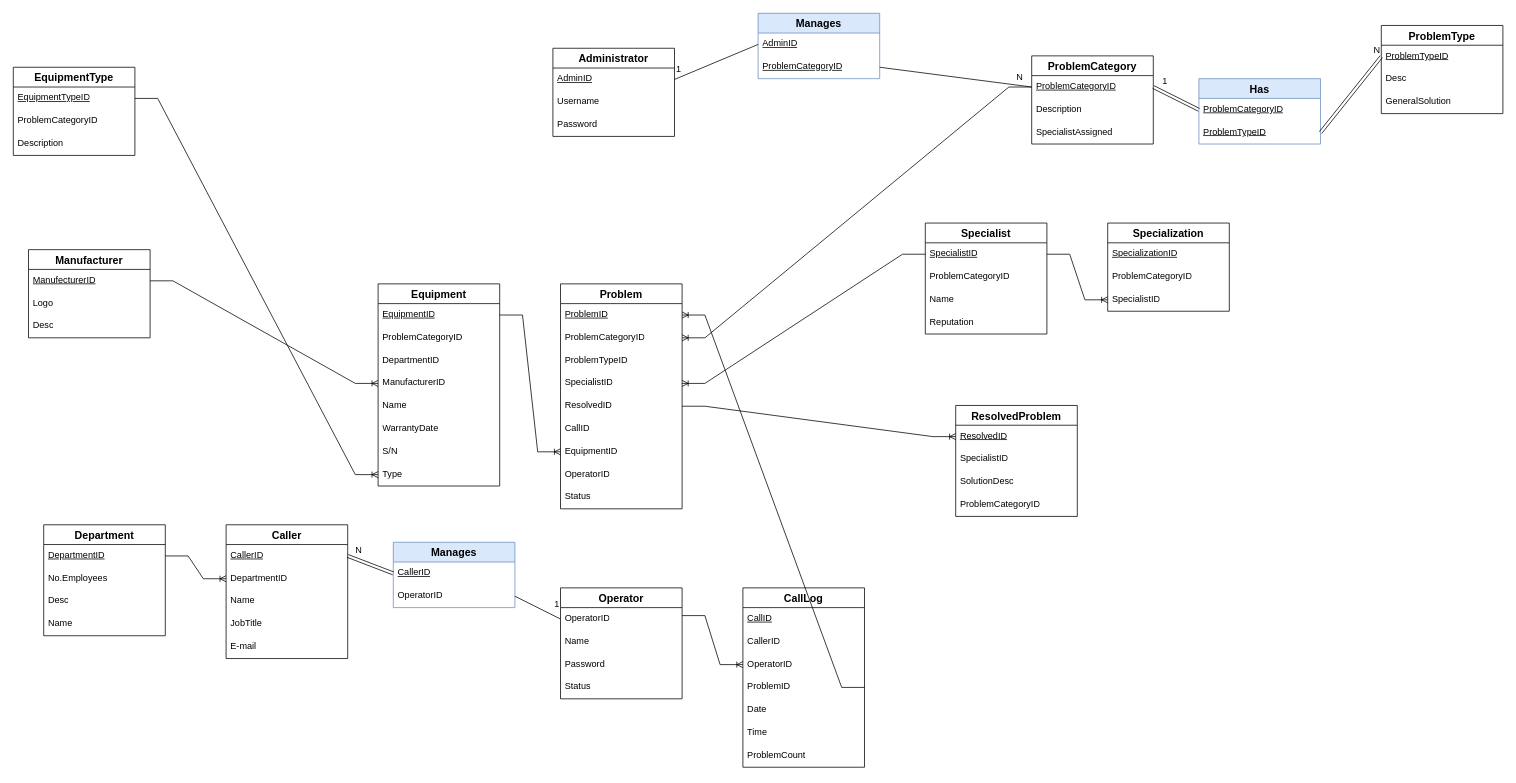
VascoMatos/diagramas keeps this draw.io diagram as DiagramaEquipamento.drawio. Above is the earlier version. Source tidied: cells renumbered, new cells numbered last; positions are measured from the earlier drawing's top-left corner, leaving out a move shared by most shapes. Both pictures are drawn from the tidied source at 76%, with x=0, y=0 at pixel (13, 13).
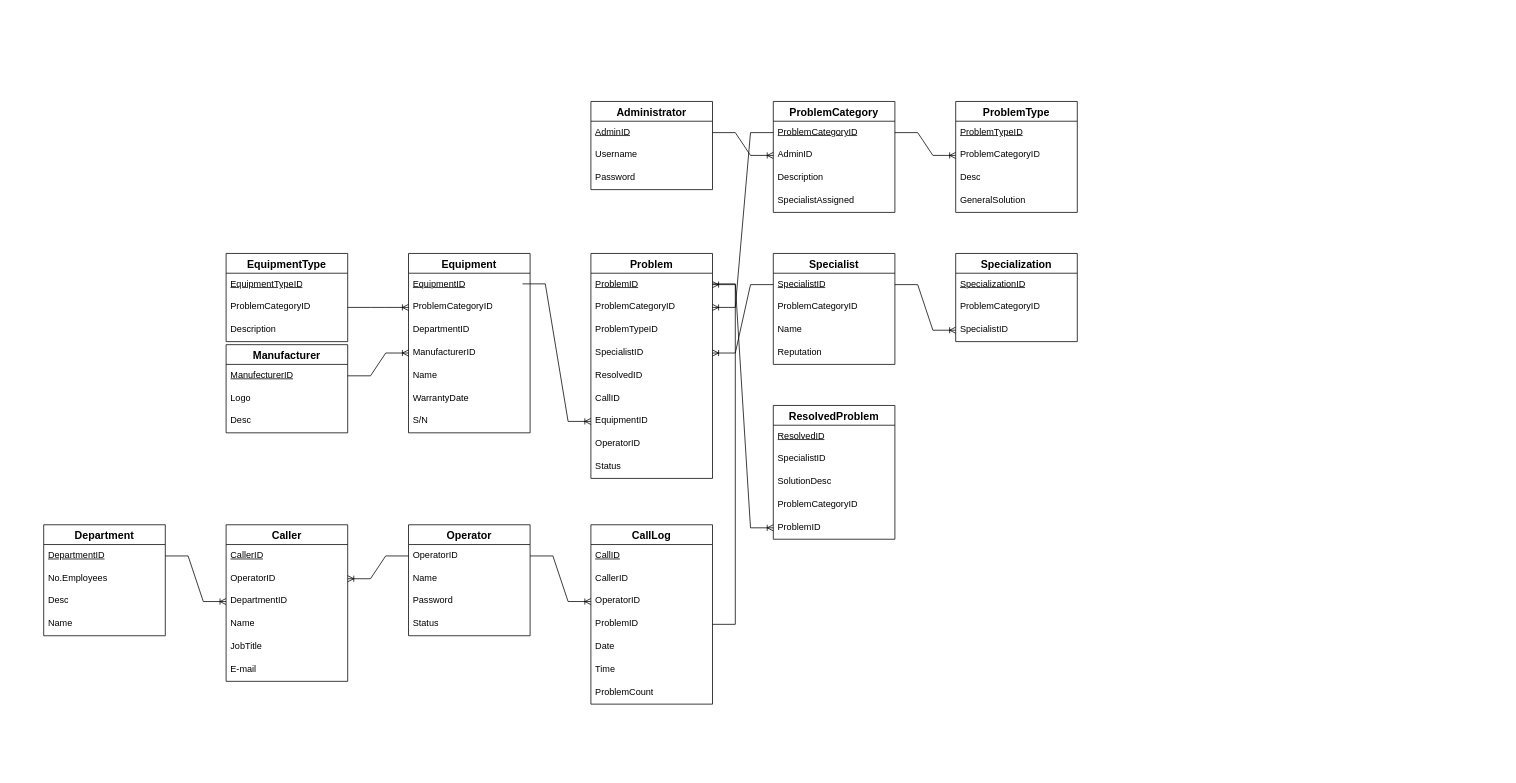
The same page after the edit.

The change refers to these unchanged cells:
```xml
<mxCell id="3" value="&lt;u&gt;EquipmentTypeID&lt;/u&gt;" style="text;strokeColor=none;fillColor=none;spacingLeft=4;spacingRight=4;overflow=hidden;points=[[0,0.5],[1,0.5]];portConstraint=eastwest;fontSize=12;whiteSpace=wrap;html=1;" parent="2" vertex="1">
  <mxGeometry y="26" width="160" height="30" as="geometry" />
</mxCell>
<mxCell id="4" value="ProblemCategoryID" style="text;strokeColor=none;fillColor=none;spacingLeft=4;spacingRight=4;overflow=hidden;points=[[0,0.5],[1,0.5]];portConstraint=eastwest;fontSize=12;whiteSpace=wrap;html=1;" parent="2" vertex="1">
  <mxGeometry y="56" width="160" height="30" as="geometry" />
</mxCell>
<mxCell id="7" value="&lt;u&gt;ManufecturerID&lt;/u&gt;" style="text;strokeColor=none;fillColor=none;spacingLeft=4;spacingRight=4;overflow=hidden;points=[[0,0.5],[1,0.5]];portConstraint=eastwest;fontSize=12;whiteSpace=wrap;html=1;" parent="6" vertex="1">
  <mxGeometry y="26" width="160" height="30" as="geometry" />
</mxCell>
<mxCell id="11" value="&lt;u&gt;AdminID&lt;/u&gt;" style="text;strokeColor=none;fillColor=none;spacingLeft=4;spacingRight=4;overflow=hidden;points=[[0,0.5],[1,0.5]];portConstraint=eastwest;fontSize=12;whiteSpace=wrap;html=1;" parent="10" vertex="1">
  <mxGeometry y="26" width="160" height="30" as="geometry" />
</mxCell>
<mxCell id="15" value="&lt;u&gt;DepartmentID&lt;/u&gt;" style="text;strokeColor=none;fillColor=none;spacingLeft=4;spacingRight=4;overflow=hidden;points=[[0,0.5],[1,0.5]];portConstraint=eastwest;fontSize=12;whiteSpace=wrap;html=1;" parent="14" vertex="1">
  <mxGeometry y="26" width="160" height="30" as="geometry" />
</mxCell>
<mxCell id="20" value="&lt;u&gt;CallerID&lt;/u&gt;" style="text;strokeColor=none;fillColor=none;spacingLeft=4;spacingRight=4;overflow=hidden;points=[[0,0.5],[1,0.5]];portConstraint=eastwest;fontSize=12;whiteSpace=wrap;html=1;" parent="19" vertex="1">
  <mxGeometry y="26" width="160" height="30" as="geometry" />
</mxCell>
<mxCell id="26" value="OperatorID" style="text;strokeColor=none;fillColor=none;spacingLeft=4;spacingRight=4;overflow=hidden;points=[[0,0.5],[1,0.5]];portConstraint=eastwest;fontSize=12;whiteSpace=wrap;html=1;" parent="25" vertex="1">
  <mxGeometry y="26" width="160" height="30" as="geometry" />
</mxCell>
<mxCell id="33" value="OperatorID" style="text;strokeColor=none;fillColor=none;spacingLeft=4;spacingRight=4;overflow=hidden;points=[[0,0.5],[1,0.5]];portConstraint=eastwest;fontSize=12;whiteSpace=wrap;html=1;" parent="30" vertex="1">
  <mxGeometry y="86" width="160" height="30" as="geometry" />
</mxCell>
<mxCell id="39" value="&lt;u&gt;EquipmentID&lt;/u&gt;" style="text;strokeColor=none;fillColor=none;spacingLeft=4;spacingRight=4;overflow=hidden;points=[[0,0.5],[1,0.5]];portConstraint=eastwest;fontSize=12;whiteSpace=wrap;html=1;" parent="38" vertex="1">
  <mxGeometry y="26" width="160" height="30" as="geometry" />
</mxCell>
<mxCell id="40" value="ProblemCategoryID" style="text;strokeColor=none;fillColor=none;spacingLeft=4;spacingRight=4;overflow=hidden;points=[[0,0.5],[1,0.5]];portConstraint=eastwest;fontSize=12;whiteSpace=wrap;html=1;" parent="38" vertex="1">
  <mxGeometry y="56" width="160" height="30" as="geometry" />
</mxCell>
<mxCell id="42" value="ManufacturerID" style="text;strokeColor=none;fillColor=none;spacingLeft=4;spacingRight=4;overflow=hidden;points=[[0,0.5],[1,0.5]];portConstraint=eastwest;fontSize=12;whiteSpace=wrap;html=1;" parent="38" vertex="1">
  <mxGeometry y="116" width="160" height="30" as="geometry" />
</mxCell>
<mxCell id="52" value="&lt;u&gt;ProblemCategoryID&lt;/u&gt;" style="text;strokeColor=none;fillColor=none;spacingLeft=4;spacingRight=4;overflow=hidden;points=[[0,0.5],[1,0.5]];portConstraint=eastwest;fontSize=12;whiteSpace=wrap;html=1;" parent="51" vertex="1">
  <mxGeometry y="26" width="160" height="30" as="geometry" />
</mxCell>
<mxCell id="56" value="&lt;u&gt;ProblemTypeID&lt;/u&gt;" style="text;strokeColor=none;fillColor=none;spacingLeft=4;spacingRight=4;overflow=hidden;points=[[0,0.5],[1,0.5]];portConstraint=eastwest;fontSize=12;whiteSpace=wrap;html=1;" parent="55" vertex="1">
  <mxGeometry y="26" width="160" height="30" as="geometry" />
</mxCell>
<mxCell id="60" value="&lt;u&gt;ResolvedID&lt;/u&gt;" style="text;strokeColor=none;fillColor=none;spacingLeft=4;spacingRight=4;overflow=hidden;points=[[0,0.5],[1,0.5]];portConstraint=eastwest;fontSize=12;whiteSpace=wrap;html=1;" parent="59" vertex="1">
  <mxGeometry y="26" width="160" height="30" as="geometry" />
</mxCell>
<mxCell id="74" value="ResolvedID" style="text;strokeColor=none;fillColor=none;spacingLeft=4;spacingRight=4;overflow=hidden;points=[[0,0.5],[1,0.5]];portConstraint=eastwest;fontSize=12;whiteSpace=wrap;html=1;" parent="69" vertex="1">
  <mxGeometry y="146" width="160" height="30" as="geometry" />
</mxCell>
<mxCell id="76" value="EquipmentID" style="text;strokeColor=none;fillColor=none;spacingLeft=4;spacingRight=4;overflow=hidden;points=[[0,0.5],[1,0.5]];portConstraint=eastwest;fontSize=12;whiteSpace=wrap;html=1;" parent="69" vertex="1">
  <mxGeometry y="206" width="160" height="30" as="geometry" />
</mxCell>
```

What changed in the source:
```diff
@@
     <mxCell id="2" value="EquipmentType" style="swimlane;fontStyle=1;horizontal=1;startSize=26;align=center;fontSize=14;" parent="1" vertex="1">
-      <mxGeometry y="71" width="160" height="116" as="geometry" />
+      <mxGeometry x="280" y="316" width="160" height="116" as="geometry" />
     </mxCell>
@@
     <mxCell id="6" value="Manufacturer" style="swimlane;fontStyle=1;horizontal=1;startSize=26;align=center;fontSize=14;" parent="1" vertex="1">
-      <mxGeometry x="20" y="311" width="160" height="116" as="geometry" />
+      <mxGeometry x="280" y="436" width="160" height="116" as="geometry" />
     </mxCell>
@@
     <mxCell id="10" value="Administrator" style="swimlane;fontStyle=1;horizontal=1;startSize=26;align=center;fontSize=14;" parent="1" vertex="1">
-      <mxGeometry x="710" y="46" width="160" height="116" as="geometry" />
+      <mxGeometry x="760" y="116" width="160" height="116" as="geometry" />
     </mxCell>
@@
     <mxCell id="19" value="Caller" style="swimlane;fontStyle=1;horizontal=1;startSize=26;align=center;fontSize=14;" parent="1" vertex="1">
-      <mxGeometry x="280" y="673" width="160" height="176" as="geometry" />
+      <mxGeometry x="280" y="673" width="160" height="206" as="geometry" />
     </mxCell>
@@
+    <mxCell id="81" value="OperatorID" style="text;strokeColor=none;fillColor=none;spacingLeft=4;spacingRight=4;overflow=hidden;points=[[0,0.5],[1,0.5]];portConstraint=eastwest;fontSize=12;whiteSpace=wrap;html=1;" parent="19" vertex="1">
+      <mxGeometry y="56" width="160" height="30" as="geometry" />
+    </mxCell>
     <mxCell id="21" value="DepartmentID" style="text;strokeColor=none;fillColor=none;spacingLeft=4;spacingRight=4;overflow=hidden;points=[[0,0.5],[1,0.5]];portConstraint=eastwest;fontSize=12;whiteSpace=wrap;html=1;" parent="19" vertex="1">
-      <mxGeometry y="56" width="160" height="30" as="geometry" />
+      <mxGeometry y="86" width="160" height="30" as="geometry" />
     </mxCell>
     <mxCell id="22" value="Name" style="text;strokeColor=none;fillColor=none;spacingLeft=4;spacingRight=4;overflow=hidden;fontSize=12;whiteSpace=wrap;html=1;" parent="19" vertex="1">
-      <mxGeometry y="86" width="160" height="30" as="geometry" />
+      <mxGeometry y="116" width="160" height="30" as="geometry" />
     </mxCell>
     <mxCell id="23" value="JobTitle" style="text;strokeColor=none;fillColor=none;spacingLeft=4;spacingRight=4;overflow=hidden;fontSize=12;whiteSpace=wrap;html=1;" parent="19" vertex="1">
-      <mxGeometry y="116" width="160" height="30" as="geometry" />
+      <mxGeometry y="146" width="160" height="30" as="geometry" />
     </mxCell>
     <mxCell id="24" value="E-mail" style="text;strokeColor=none;fillColor=none;spacingLeft=4;spacingRight=4;overflow=hidden;fontSize=12;whiteSpace=wrap;html=1;" parent="19" vertex="1">
-      <mxGeometry y="146" width="160" height="30" as="geometry" />
+      <mxGeometry y="176" width="160" height="30" as="geometry" />
     </mxCell>
     <mxCell id="25" value="Operator" style="swimlane;fontStyle=1;horizontal=1;startSize=26;align=center;fontSize=14;" parent="1" vertex="1">
-      <mxGeometry x="720" y="756" width="160" height="146" as="geometry" />
+      <mxGeometry x="520" y="673" width="160" height="146" as="geometry" />
     </mxCell>
@@
     <mxCell id="30" value="CallLog" style="swimlane;fontStyle=1;horizontal=1;startSize=26;align=center;fontSize=14;" parent="1" vertex="1">
-      <mxGeometry x="960" y="756" width="160" height="236" as="geometry" />
+      <mxGeometry x="760" y="673" width="160" height="236" as="geometry" />
     </mxCell>
@@
     <mxCell id="38" value="Equipment" style="swimlane;fontStyle=1;horizontal=1;startSize=26;align=center;fontSize=14;" parent="1" vertex="1">
-      <mxGeometry x="480" y="356" width="160" height="266" as="geometry" />
+      <mxGeometry x="520" y="316" width="160" height="236" as="geometry" />
     </mxCell>
@@
-    <mxCell id="46" value="Type" style="text;strokeColor=none;fillColor=none;spacingLeft=4;spacingRight=4;overflow=hidden;points=[[0,0.5],[1,0.5]];portConstraint=eastwest;fontSize=12;whiteSpace=wrap;html=1;" parent="38" vertex="1">
-      <mxGeometry y="236" width="160" height="30" as="geometry" />
-    </mxCell>
     <mxCell id="47" value="Specialization" style="swimlane;fontStyle=1;horizontal=1;startSize=26;align=center;fontSize=14;" parent="1" vertex="1">
-      <mxGeometry x="1440" y="276" width="160" height="116" as="geometry" />
+      <mxGeometry x="1240" y="316" width="160" height="116" as="geometry" />
     </mxCell>
@@
     <mxCell id="51" value="ProblemCategory" style="swimlane;fontStyle=1;horizontal=1;startSize=26;align=center;fontSize=14;" parent="1" vertex="1">
-      <mxGeometry x="1340" y="56" width="160" height="116" as="geometry" />
+      <mxGeometry x="1000" y="116" width="160" height="146" as="geometry" />
     </mxCell>
@@
+    <mxCell id="87" value="AdminID" style="text;strokeColor=none;fillColor=none;spacingLeft=4;spacingRight=4;overflow=hidden;points=[[0,0.5],[1,0.5]];portConstraint=eastwest;fontSize=12;whiteSpace=wrap;html=1;" parent="51" vertex="1">
+      <mxGeometry y="56" width="160" height="30" as="geometry" />
+    </mxCell>
     <mxCell id="53" value="Description" style="text;strokeColor=none;fillColor=none;spacingLeft=4;spacingRight=4;overflow=hidden;fontSize=12;whiteSpace=wrap;html=1;" parent="51" vertex="1">
-      <mxGeometry y="56" width="160" height="30" as="geometry" />
+      <mxGeometry y="86" width="160" height="30" as="geometry" />
     </mxCell>
     <mxCell id="54" value="SpecialistAssigned" style="text;strokeColor=none;fillColor=none;spacingLeft=4;spacingRight=4;overflow=hidden;fontSize=12;whiteSpace=wrap;html=1;" parent="51" vertex="1">
-      <mxGeometry y="86" width="160" height="30" as="geometry" />
+      <mxGeometry y="116" width="160" height="30" as="geometry" />
     </mxCell>
     <mxCell id="55" value="ProblemType" style="swimlane;fontStyle=1;horizontal=1;startSize=26;align=center;fontSize=14;" parent="1" vertex="1">
-      <mxGeometry x="1800" y="16" width="160" height="116" as="geometry" />
+      <mxGeometry x="1240" y="116" width="160" height="146" as="geometry" />
     </mxCell>
@@
+    <mxCell id="110" value="ProblemCategoryID" style="text;strokeColor=none;fillColor=none;spacingLeft=4;spacingRight=4;overflow=hidden;points=[[0,0.5],[1,0.5]];portConstraint=eastwest;fontSize=12;whiteSpace=wrap;html=1;" parent="55" vertex="1">
+      <mxGeometry y="56" width="160" height="30" as="geometry" />
+    </mxCell>
     <mxCell id="57" value="Desc" style="text;strokeColor=none;fillColor=none;spacingLeft=4;spacingRight=4;overflow=hidden;fontSize=12;whiteSpace=wrap;html=1;" parent="55" vertex="1">
-      <mxGeometry y="56" width="160" height="30" as="geometry" />
+      <mxGeometry y="86" width="160" height="30" as="geometry" />
     </mxCell>
     <mxCell id="58" value="GeneralSolution" style="text;strokeColor=none;fillColor=none;spacingLeft=4;spacingRight=4;overflow=hidden;fontSize=12;whiteSpace=wrap;html=1;" parent="55" vertex="1">
-      <mxGeometry y="86" width="160" height="30" as="geometry" />
+      <mxGeometry y="116" width="160" height="30" as="geometry" />
     </mxCell>
     <mxCell id="59" value="ResolvedProblem" style="swimlane;fontStyle=1;horizontal=1;startSize=26;align=center;fontSize=14;" parent="1" vertex="1">
-      <mxGeometry x="1240" y="516" width="160" height="146" as="geometry" />
+      <mxGeometry x="1000" y="516" width="160" height="176" as="geometry" />
     </mxCell>
@@
+    <mxCell id="111" value="ProblemID" style="text;strokeColor=none;fillColor=none;spacingLeft=4;spacingRight=4;overflow=hidden;points=[[0,0.5],[1,0.5]];portConstraint=eastwest;fontSize=12;whiteSpace=wrap;html=1;" parent="59" vertex="1">
+      <mxGeometry y="146" width="160" height="30" as="geometry" />
+    </mxCell>
     <mxCell id="64" value="Specialist" style="swimlane;fontStyle=1;horizontal=1;startSize=26;align=center;fontSize=14;" parent="1" vertex="1">
-      <mxGeometry x="1200" y="276" width="160" height="146" as="geometry" />
+      <mxGeometry x="1000" y="316" width="160" height="146" as="geometry" />
     </mxCell>
@@
     <mxCell id="69" value="Problem" style="swimlane;fontStyle=1;horizontal=1;startSize=26;align=center;fontSize=14;" parent="1" vertex="1">
-      <mxGeometry x="720" y="356" width="160" height="296" as="geometry" />
+      <mxGeometry x="760" y="316" width="160" height="296" as="geometry" />
     </mxCell>
@@
-    <mxCell id="79" value="Manages" style="swimlane;fontStyle=1;horizontal=1;startSize=26;align=center;fontSize=14;fillColor=#dae8fc;strokeColor=#6c8ebf;" parent="1" vertex="1">
-      <mxGeometry x="500" y="696" width="160" height="86" as="geometry" />
-    </mxCell>
-    <mxCell id="80" value="&lt;u&gt;CallerID&lt;/u&gt;" style="text;strokeColor=none;fillColor=none;spacingLeft=4;spacingRight=4;overflow=hidden;points=[[0,0.5],[1,0.5]];portConstraint=eastwest;fontSize=12;whiteSpace=wrap;html=1;" parent="79" vertex="1">
-      <mxGeometry y="26" width="160" height="30" as="geometry" />
-    </mxCell>
-    <mxCell id="81" value="OperatorID" style="text;strokeColor=none;fillColor=none;spacingLeft=4;spacingRight=4;overflow=hidden;points=[[0,0.5],[1,0.5]];portConstraint=eastwest;fontSize=12;whiteSpace=wrap;html=1;" parent="79" vertex="1">
-      <mxGeometry y="56" width="160" height="30" as="geometry" />
-    </mxCell>
-    <mxCell id="82" style="shape=link;html=1;rounded=0;entryX=1;entryY=0.5;entryDx=0;entryDy=0;exitX=0;exitY=0.5;exitDx=0;exitDy=0;" parent="1" edge="1" source="80" target="20">
-      <mxGeometry relative="1" as="geometry" />
-    </mxCell>
-    <mxCell id="83" value="N" style="html=1;whiteSpace=wrap;align=right;verticalAlign=bottom;" parent="82" vertex="1">
-      <mxGeometry x="1" relative="1" as="geometry">
-        <mxPoint x="20" as="offset" />
-      </mxGeometry>
-    </mxCell>
-    <mxCell id="84" style="endArrow=none;html=1;rounded=0;exitX=1;exitY=0.5;exitDx=0;exitDy=0;entryX=0;entryY=0.5;entryDx=0;entryDy=0;" parent="1" edge="1" source="81" target="26">
-      <mxGeometry relative="1" as="geometry" />
-    </mxCell>
-    <mxCell id="85" value="1" style="html=1;whiteSpace=wrap;align=right;verticalAlign=bottom;" parent="84" vertex="1">
-      <mxGeometry x="1" relative="1" as="geometry">
-        <mxPoint y="-11" as="offset" />
-      </mxGeometry>
-    </mxCell>
-    <mxCell id="86" value="Manages" style="swimlane;fontStyle=1;horizontal=1;startSize=26;align=center;fontSize=14;fillColor=#dae8fc;strokeColor=#6c8ebf;" parent="1" vertex="1">
-      <mxGeometry x="980" width="160" height="86" as="geometry" />
-    </mxCell>
-    <mxCell id="87" value="&lt;u&gt;AdminID&lt;/u&gt;" style="text;strokeColor=none;fillColor=none;spacingLeft=4;spacingRight=4;overflow=hidden;points=[[0,0.5],[1,0.5]];portConstraint=eastwest;fontSize=12;whiteSpace=wrap;html=1;" parent="86" vertex="1">
-      <mxGeometry y="26" width="160" height="30" as="geometry" />
-    </mxCell>
-    <mxCell id="88" value="&lt;u&gt;ProblemCategoryID&lt;/u&gt;" style="text;strokeColor=none;fillColor=none;spacingLeft=4;spacingRight=4;overflow=hidden;points=[[0,0.5],[1,0.5]];portConstraint=eastwest;fontSize=12;whiteSpace=wrap;html=1;" parent="86" vertex="1">
-      <mxGeometry y="56" width="160" height="30" as="geometry" />
-    </mxCell>
-    <mxCell id="89" style="endArrow=none;html=1;rounded=0;entryX=1;entryY=0.5;entryDx=0;entryDy=0;exitX=0;exitY=0.5;exitDx=0;exitDy=0;" parent="1" edge="1" source="87" target="11">
-      <mxGeometry relative="1" as="geometry" />
-    </mxCell>
-    <mxCell id="90" value="1" style="html=1;whiteSpace=wrap;align=right;verticalAlign=bottom;" parent="89" vertex="1">
-      <mxGeometry x="1" relative="1" as="geometry">
-        <mxPoint x="10" y="-5" as="offset" />
-      </mxGeometry>
-    </mxCell>
-    <mxCell id="91" style="endArrow=none;html=1;rounded=0;entryX=0;entryY=0.5;entryDx=0;entryDy=0;exitX=1;exitY=0.5;exitDx=0;exitDy=0;" parent="1" edge="1" source="88" target="52">
-      <mxGeometry relative="1" as="geometry" />
-    </mxCell>
-    <mxCell id="92" value="N" style="html=1;whiteSpace=wrap;align=right;verticalAlign=bottom;" parent="91" vertex="1">
-      <mxGeometry x="1" relative="1" as="geometry">
-        <mxPoint x="-10" y="-5" as="offset" />
-      </mxGeometry>
-    </mxCell>
-    <mxCell id="93" value="Has" style="swimlane;fontStyle=1;horizontal=1;startSize=26;align=center;fontSize=14;fillColor=#dae8fc;strokeColor=#6c8ebf;" parent="1" vertex="1">
-      <mxGeometry x="1560" y="86" width="160" height="86" as="geometry" />
-    </mxCell>
-    <mxCell id="94" value="&lt;u&gt;ProblemCategoryID&lt;/u&gt;" style="text;strokeColor=none;fillColor=none;spacingLeft=4;spacingRight=4;overflow=hidden;points=[[0,0.5],[1,0.5]];portConstraint=eastwest;fontSize=12;whiteSpace=wrap;html=1;" parent="93" vertex="1">
-      <mxGeometry y="26" width="160" height="30" as="geometry" />
-    </mxCell>
-    <mxCell id="95" value="&lt;u&gt;ProblemTypeID&lt;/u&gt;" style="text;strokeColor=none;fillColor=none;spacingLeft=4;spacingRight=4;overflow=hidden;points=[[0,0.5],[1,0.5]];portConstraint=eastwest;fontSize=12;whiteSpace=wrap;html=1;" parent="93" vertex="1">
-      <mxGeometry y="56" width="160" height="30" as="geometry" />
-    </mxCell>
-    <mxCell id="96" style="shape=link;html=1;rounded=0;entryX=1;entryY=0.5;entryDx=0;entryDy=0;exitX=0;exitY=0.5;exitDx=0;exitDy=0;" parent="1" edge="1" source="94" target="52">
-      <mxGeometry relative="1" as="geometry" />
-    </mxCell>
-    <mxCell id="97" value="1" style="html=1;whiteSpace=wrap;align=right;verticalAlign=bottom;" parent="96" vertex="1">
-      <mxGeometry x="1" relative="1" as="geometry">
-        <mxPoint x="20" as="offset" />
-      </mxGeometry>
-    </mxCell>
-    <mxCell id="98" style="shape=link;html=1;rounded=0;entryX=0;entryY=0.5;entryDx=0;entryDy=0;exitX=1;exitY=0.5;exitDx=0;exitDy=0;" parent="1" edge="1" source="95" target="56">
-      <mxGeometry relative="1" as="geometry" />
-    </mxCell>
-    <mxCell id="99" value="N" style="html=1;whiteSpace=wrap;align=right;verticalAlign=bottom;" parent="98" vertex="1">
-      <mxGeometry x="1" relative="1" as="geometry" />
-    </mxCell>
-    <mxCell id="100" style="edgeStyle=entityRelationEdgeStyle;fontSize=12;html=1;endArrow=ERoneToMany;rounded=0;exitX=1;exitY=0.5;exitDx=0;exitDy=0;entryX=0;entryY=0.5;entryDx=0;entryDy=0;" parent="1" edge="1" source="39" target="76">
-      <mxGeometry relative="1" as="geometry" />
+    <mxCell id="100" style="edgeStyle=entityRelationEdgeStyle;fontSize=12;html=1;endArrow=ERoneToMany;rounded=0;" parent="1" edge="1" target="76">
+      <mxGeometry relative="1" as="geometry">
+        <mxPoint x="670" y="356" as="sourcePoint" />
+      </mxGeometry>
     </mxCell>
-    <mxCell id="101" style="edgeStyle=entityRelationEdgeStyle;fontSize=12;html=1;endArrow=ERoneToMany;rounded=0;exitX=1;exitY=0.5;exitDx=0;exitDy=0;entryX=0;entryY=0.5;entryDx=0;entryDy=0;" parent="1" edge="1" source="3" target="46">
-      <mxGeometry relative="1" as="geometry" />
-    </mxCell>
-    <mxCell id="102" style="edgeStyle=entityRelationEdgeStyle;fontSize=12;html=1;endArrow=ERoneToMany;rounded=0;exitX=1;exitY=0.5;exitDx=0;exitDy=0;entryX=0;entryY=0.5;entryDx=0;entryDy=0;" parent="1" edge="1" source="7" target="42">
+    <mxCell id="102" style="edgeStyle=entityRelationEdgeStyle;fontSize=12;html=1;endArrow=ERoneToMany;rounded=0;" parent="1" edge="1" source="7" target="42">
       <mxGeometry relative="1" as="geometry" />
     </mxCell>
-    <mxCell id="103" style="edgeStyle=entityRelationEdgeStyle;fontSize=12;html=1;endArrow=ERoneToMany;rounded=0;exitX=1;exitY=0.5;exitDx=0;exitDy=0;entryX=0;entryY=0.5;entryDx=0;entryDy=0;" parent="1" edge="1" source="15" target="21">
+    <mxCell id="103" style="edgeStyle=entityRelationEdgeStyle;fontSize=12;html=1;endArrow=ERoneToMany;rounded=0;" parent="1" edge="1" source="15" target="21">
       <mxGeometry relative="1" as="geometry" />
     </mxCell>
-    <mxCell id="104" style="edgeStyle=entityRelationEdgeStyle;fontSize=12;html=1;endArrow=ERoneToMany;rounded=0;exitX=1;exitY=0.25;exitDx=0;exitDy=0;entryX=0;entryY=0.5;entryDx=0;entryDy=0;" parent="1" edge="1" source="25" target="33">
+    <mxCell id="104" style="edgeStyle=entityRelationEdgeStyle;fontSize=12;html=1;endArrow=ERoneToMany;rounded=0;" parent="1" edge="1" source="26" target="33">
       <mxGeometry relative="1" as="geometry" />
     </mxCell>
@@
-    <mxCell id="106" style="edgeStyle=entityRelationEdgeStyle;fontSize=12;html=1;endArrow=ERoneToMany;rounded=0;exitX=1;exitY=0.5;exitDx=0;exitDy=0;entryX=0;entryY=0.5;entryDx=0;entryDy=0;" parent="1" edge="1" source="74" target="60">
-      <mxGeometry relative="1" as="geometry" />
-    </mxCell>
@@
+    <mxCell id="112" style="edgeStyle=entityRelationEdgeStyle;fontSize=12;html=1;endArrow=ERoneToMany;rounded=0;" parent="1" edge="1" source="26" target="81">
+      <mxGeometry relative="1" as="geometry" />
+    </mxCell>
+    <mxCell id="113" style="edgeStyle=entityRelationEdgeStyle;fontSize=12;html=1;endArrow=ERoneToMany;rounded=0;" parent="1" edge="1" source="4" target="40">
+      <mxGeometry relative="1" as="geometry" />
+    </mxCell>
+    <mxCell id="114" style="edgeStyle=entityRelationEdgeStyle;fontSize=12;html=1;endArrow=ERoneToMany;rounded=0;entryX=0;entryY=0.5;entryDx=0;entryDy=0;" parent="1" edge="1" target="111">
+      <mxGeometry relative="1" as="geometry">
+        <mxPoint x="920" y="356" as="sourcePoint" />
+      </mxGeometry>
+    </mxCell>
+    <mxCell id="115" style="edgeStyle=entityRelationEdgeStyle;fontSize=12;html=1;endArrow=ERoneToMany;rounded=0;entryX=0;entryY=0.5;entryDx=0;entryDy=0;exitX=1;exitY=0.5;exitDx=0;exitDy=0;" parent="1" edge="1" source="52" target="110">
+      <mxGeometry relative="1" as="geometry" />
+    </mxCell>
+    <mxCell id="116" style="edgeStyle=entityRelationEdgeStyle;fontSize=12;html=1;endArrow=ERoneToMany;rounded=0;exitX=1;exitY=0.5;exitDx=0;exitDy=0;entryX=0;entryY=0.5;entryDx=0;entryDy=0;" parent="1" edge="1" source="11" target="87">
+      <mxGeometry relative="1" as="geometry" />
+    </mxCell>
```
